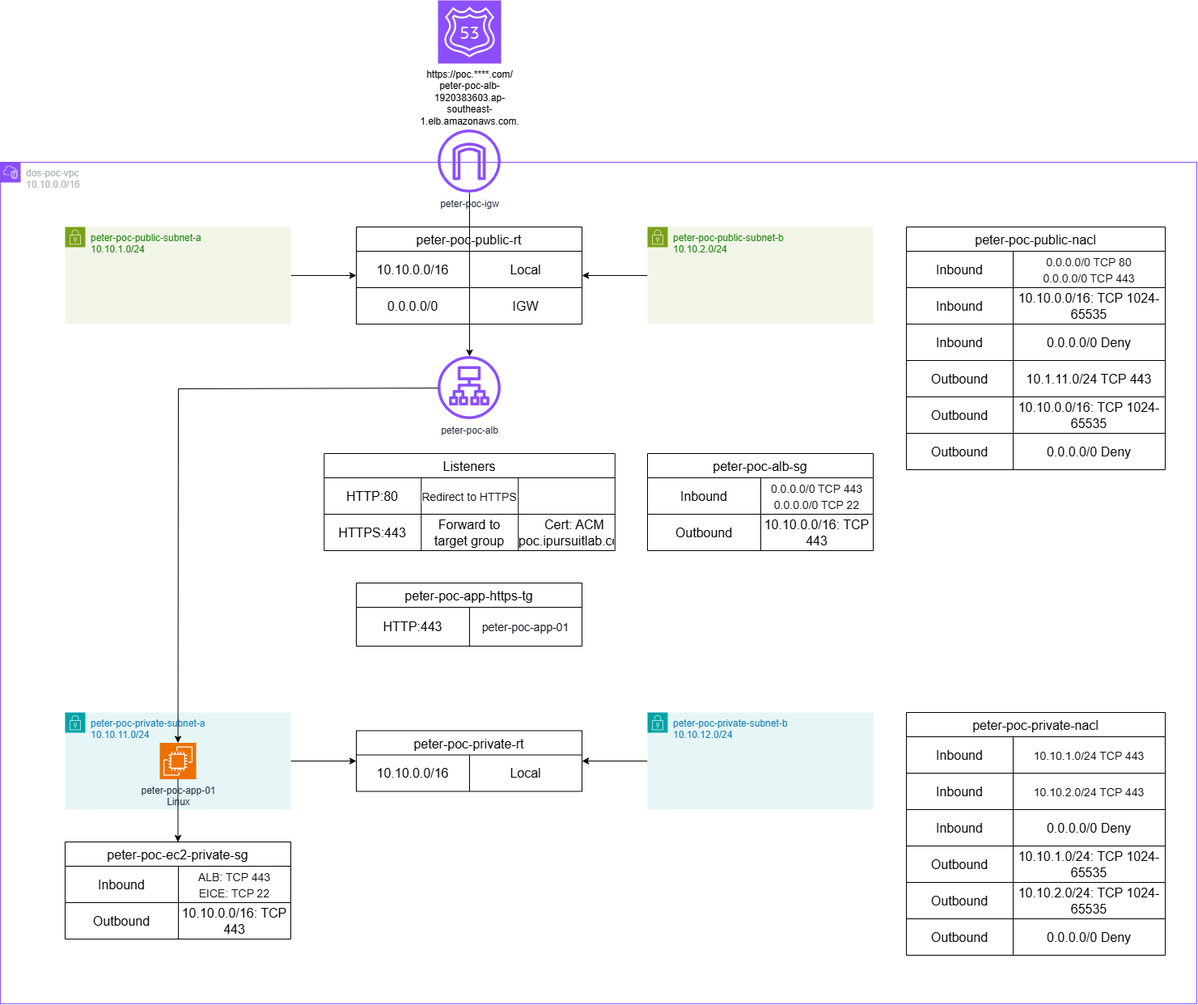
Earlier version of the draw.io export diagrams/network.png (Juilin77/aws-secure-poc-terraform). Source tidied: cells renumbered, new cells last; positions are measured from the earlier drawing's top-left corner, leaving out a move shared by most shapes.
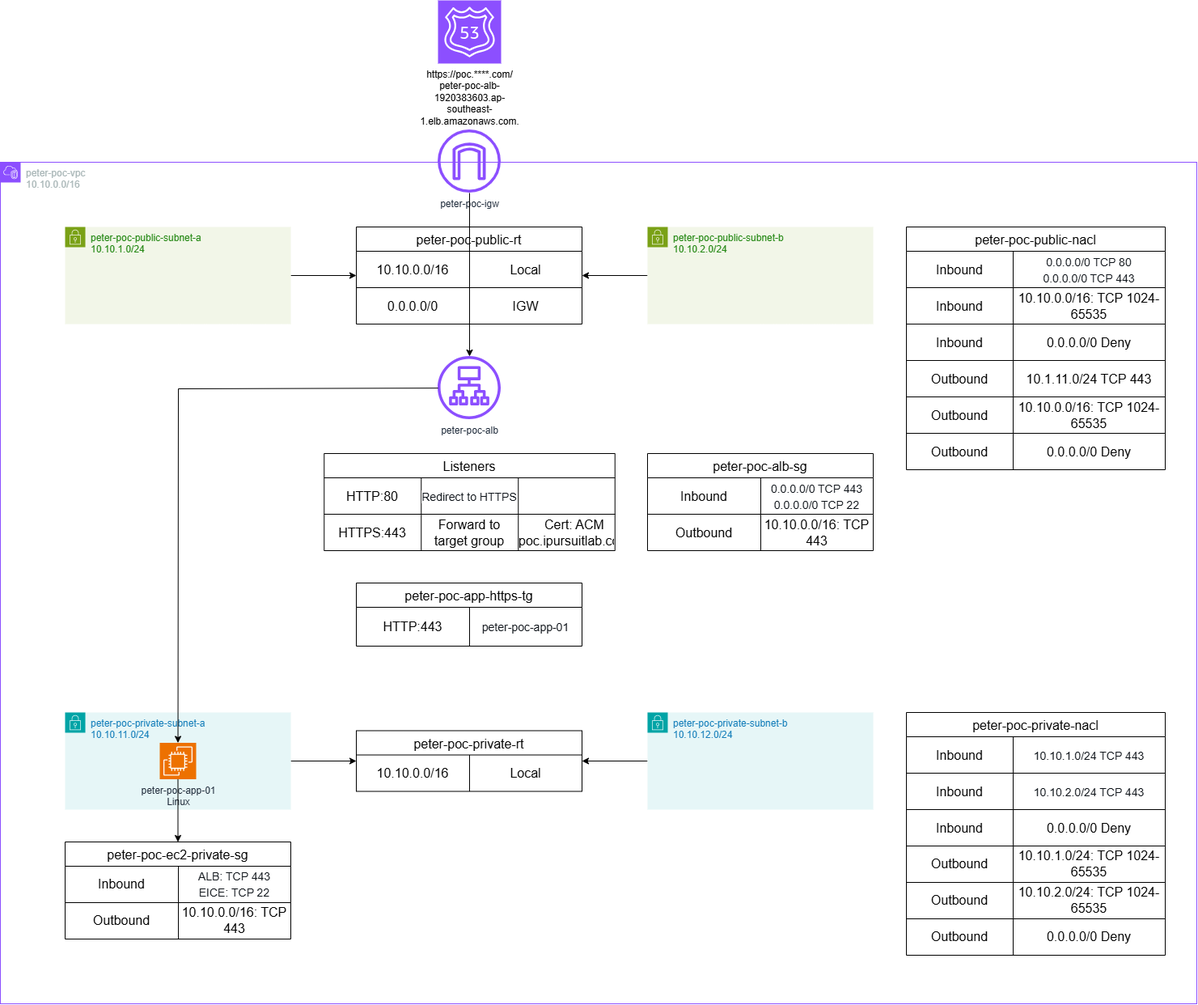
The same diagram one commit later.

Commit message:
fix: rename remaining dos-poc-* resources and diagrams to peter-poc-*

The edit, as a diff of the source:
```diff
@@ -2,7 +2,7 @@
   <root>
     <mxCell id="0" />
     <mxCell id="1" parent="0" />
-    <mxCell id="2" value="dos-poc-vpc&lt;div&gt;&lt;div&gt;10.10.0.0/16&lt;/div&gt;&lt;/div&gt;" style="gradientColor=none;html=1;whiteSpace=wrap;fontSize=12;fontStyle=0;shape=mxgraph.aws4.group;grIcon=mxgraph.aws4.group_vpc2;strokeColor=#8C4FFF;fillColor=none;verticalAlign=top;align=left;spacingLeft=30;fontColor=#AAB7B8;dashed=0;" parent="1" vertex="1">
+    <mxCell id="2" value="peter-poc-vpc&lt;div&gt;&lt;div&gt;10.10.0.0/16&lt;/div&gt;&lt;/div&gt;" style="gradientColor=none;html=1;whiteSpace=wrap;fontSize=12;fontStyle=0;shape=mxgraph.aws4.group;grIcon=mxgraph.aws4.group_vpc2;strokeColor=#8C4FFF;fillColor=none;verticalAlign=top;align=left;spacingLeft=30;fontColor=#AAB7B8;dashed=0;" parent="1" vertex="1">
       <mxGeometry y="200" width="1479" height="1040" as="geometry" />
     </mxCell>
     <mxCell id="3" style="edgeStyle=orthogonalEdgeStyle;rounded=0;jettySize=auto;html=1;" parent="2" edge="1" source="4" target="5">
```
